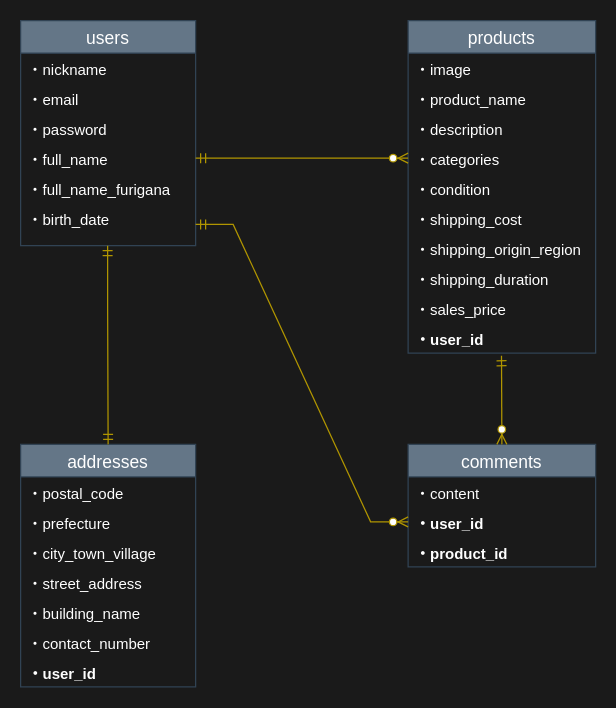
The draw.io diagram FURIMA-17217.dio in YuyaTokutake1223/furima-17217, before the edit. Source tidied: cells renumbered, new cells numbered last; positions are measured from the earlier drawing's top-left corner, leaving out a move shared by most shapes. Both pictures are drawn from the tidied source at 125%, with x=0, y=0 at pixel (20, 20).
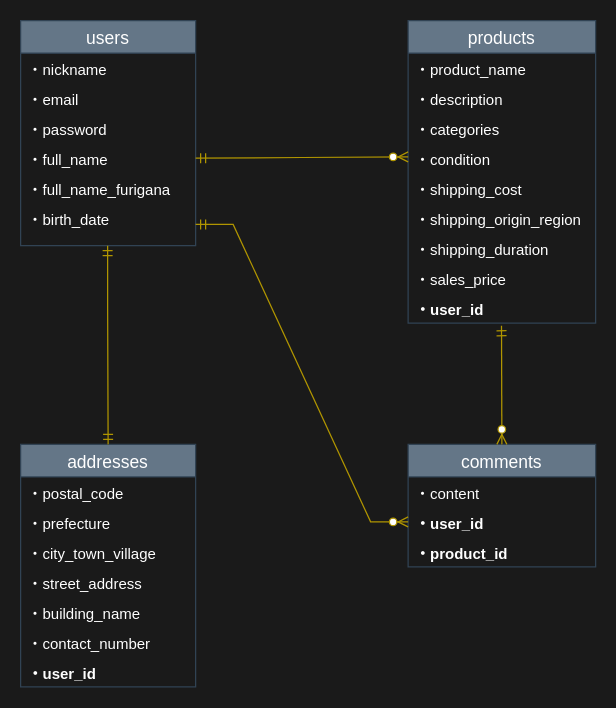
Above is the later version.

Commit message:
ER図のproductsテーブルの修正

imageはActiveRecordで設定する計画であり，productsテーブルでは不要であるため，削除した

Unchanged cells that the change refers to:
```xml
<mxCell id="6" value="・full_name" style="text;strokeColor=none;fillColor=none;spacingLeft=4;spacingRight=4;overflow=hidden;points=[[0,0.5],[1,0.5]];portConstraint=eastwest;fontSize=12;fontColor=#FFFFFF;" parent="2" vertex="1">
  <mxGeometry y="98" width="140" height="24" as="geometry" />
</mxCell>
```

The edit, as a diff of the source:
```diff
@@
     <mxCell id="9" value="products" style="swimlane;fontStyle=0;horizontal=1;startSize=26;align=center;fontSize=14;labelBackgroundColor=none;fontColor=#ffffff;fillColor=#647687;strokeColor=#314354;" parent="1" vertex="1">
-      <mxGeometry x="310" width="150" height="266" as="geometry" />
+      <mxGeometry x="310" width="150" height="242" as="geometry" />
     </mxCell>
-    <mxCell id="10" value="・image" style="text;strokeColor=none;fillColor=none;spacingLeft=4;spacingRight=4;overflow=hidden;fontSize=12;fontColor=#FFFFFF;" parent="9" vertex="1">
-      <mxGeometry y="26" width="150" height="24" as="geometry" />
-    </mxCell>
     <mxCell id="11" value="・product_name" style="text;strokeColor=none;fillColor=none;spacingLeft=4;spacingRight=4;overflow=hidden;fontSize=12;fontColor=#FFFFFF;" parent="9" vertex="1">
-      <mxGeometry y="50" width="150" height="24" as="geometry" />
+      <mxGeometry y="26" width="150" height="24" as="geometry" />
     </mxCell>
     <mxCell id="12" value="・description" style="text;strokeColor=none;fillColor=none;spacingLeft=4;spacingRight=4;overflow=hidden;fontSize=12;fontColor=#FFFFFF;" parent="9" vertex="1">
-      <mxGeometry y="74" width="150" height="24" as="geometry" />
+      <mxGeometry y="50" width="150" height="24" as="geometry" />
     </mxCell>
     <mxCell id="13" value="・categories" style="text;strokeColor=none;fillColor=none;spacingLeft=4;spacingRight=4;overflow=hidden;points=[[0,0.5],[1,0.5]];portConstraint=eastwest;fontSize=12;fontColor=#FFFFFF;" parent="9" vertex="1">
-      <mxGeometry y="98" width="150" height="24" as="geometry" />
+      <mxGeometry y="74" width="150" height="24" as="geometry" />
     </mxCell>
     <mxCell id="14" value="・condition" style="text;strokeColor=none;fillColor=none;spacingLeft=4;spacingRight=4;overflow=hidden;fontSize=12;fontColor=#FFFFFF;" parent="9" vertex="1">
-      <mxGeometry y="122" width="150" height="24" as="geometry" />
+      <mxGeometry y="98" width="150" height="24" as="geometry" />
     </mxCell>
     <mxCell id="15" value="・shipping_cost" style="text;strokeColor=none;fillColor=none;spacingLeft=4;spacingRight=4;overflow=hidden;fontSize=12;fontColor=#FFFFFF;" parent="9" vertex="1">
-      <mxGeometry y="146" width="150" height="24" as="geometry" />
+      <mxGeometry y="122" width="150" height="24" as="geometry" />
     </mxCell>
     <mxCell id="16" value="・shipping_origin_region" style="text;strokeColor=none;fillColor=none;spacingLeft=4;spacingRight=4;overflow=hidden;fontSize=12;fontColor=#FFFFFF;" parent="9" vertex="1">
-      <mxGeometry y="170" width="150" height="24" as="geometry" />
+      <mxGeometry y="146" width="150" height="24" as="geometry" />
     </mxCell>
     <mxCell id="17" value="・shipping_duration" style="text;strokeColor=none;fillColor=none;spacingLeft=4;spacingRight=4;overflow=hidden;fontSize=12;fontStyle=0;fontColor=#FFFFFF;" parent="9" vertex="1">
-      <mxGeometry y="194" width="150" height="24" as="geometry" />
+      <mxGeometry y="170" width="150" height="24" as="geometry" />
     </mxCell>
     <mxCell id="18" value="・sales_price" style="text;strokeColor=none;fillColor=none;spacingLeft=4;spacingRight=4;overflow=hidden;fontSize=12;fontStyle=0;fontColor=#FFFFFF;" parent="9" vertex="1">
-      <mxGeometry y="218" width="150" height="24" as="geometry" />
+      <mxGeometry y="194" width="150" height="24" as="geometry" />
     </mxCell>
     <mxCell id="19" value="・user_id" style="text;strokeColor=none;fillColor=none;spacingLeft=4;spacingRight=4;overflow=hidden;points=[[0,0.5],[1,0.5]];portConstraint=eastwest;fontSize=12;fontStyle=1;fontColor=#FFFFFF;" parent="9" vertex="1">
-      <mxGeometry y="242" width="150" height="24" as="geometry" />
+      <mxGeometry y="218" width="150" height="24" as="geometry" />
     </mxCell>
@@
-    <mxCell id="32" style="edgeStyle=entityRelationEdgeStyle;fontSize=12;html=1;endArrow=ERzeroToMany;startArrow=ERmandOne;curved=1;exitX=1;exitY=0.5;exitDx=0;exitDy=0;entryX=0;entryY=0.5;entryDx=0;entryDy=0;fontColor=#FFFFFF;labelBorderColor=#FF8000;fillColor=#e3c800;strokeColor=#B09500;" parent="1" edge="1" source="6" target="13">
-      <mxGeometry relative="1" as="geometry" />
+    <mxCell id="32" style="edgeStyle=entityRelationEdgeStyle;fontSize=12;html=1;endArrow=ERzeroToMany;startArrow=ERmandOne;curved=1;exitX=1;exitY=0.5;exitDx=0;exitDy=0;fontColor=#FFFFFF;labelBorderColor=#FF8000;fillColor=#e3c800;strokeColor=#B09500;" parent="1" edge="1" source="6">
+      <mxGeometry relative="1" as="geometry">
+        <mxPoint x="310" y="109" as="targetPoint" />
+      </mxGeometry>
     </mxCell>
```
